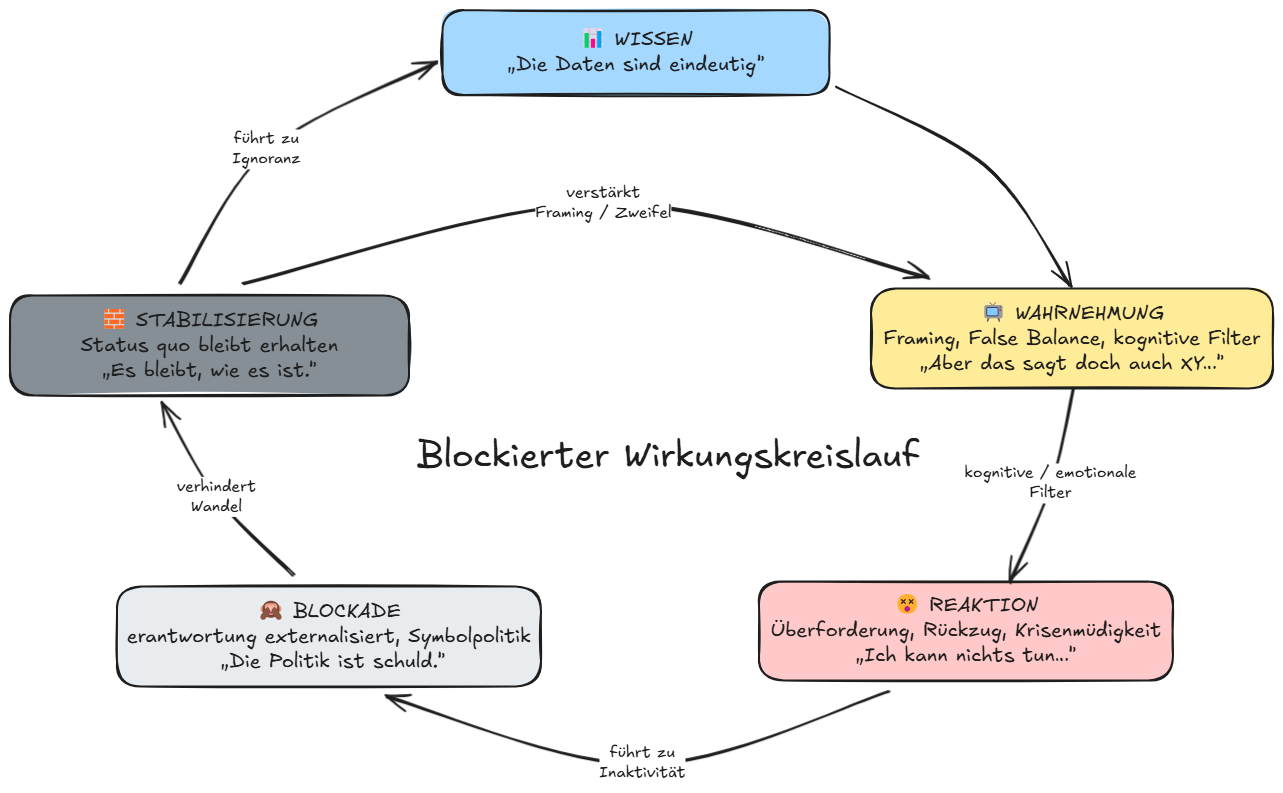
Before: docs/assets/wirkungskreislauf.excalidraw.png, a diagram exported from Excalidraw (bjoernboettle/die-schlinge). Source tidied: one line per element, renumbered; positions are measured from the earlier drawing's top-left corner, leaving out a move shared by most shapes.
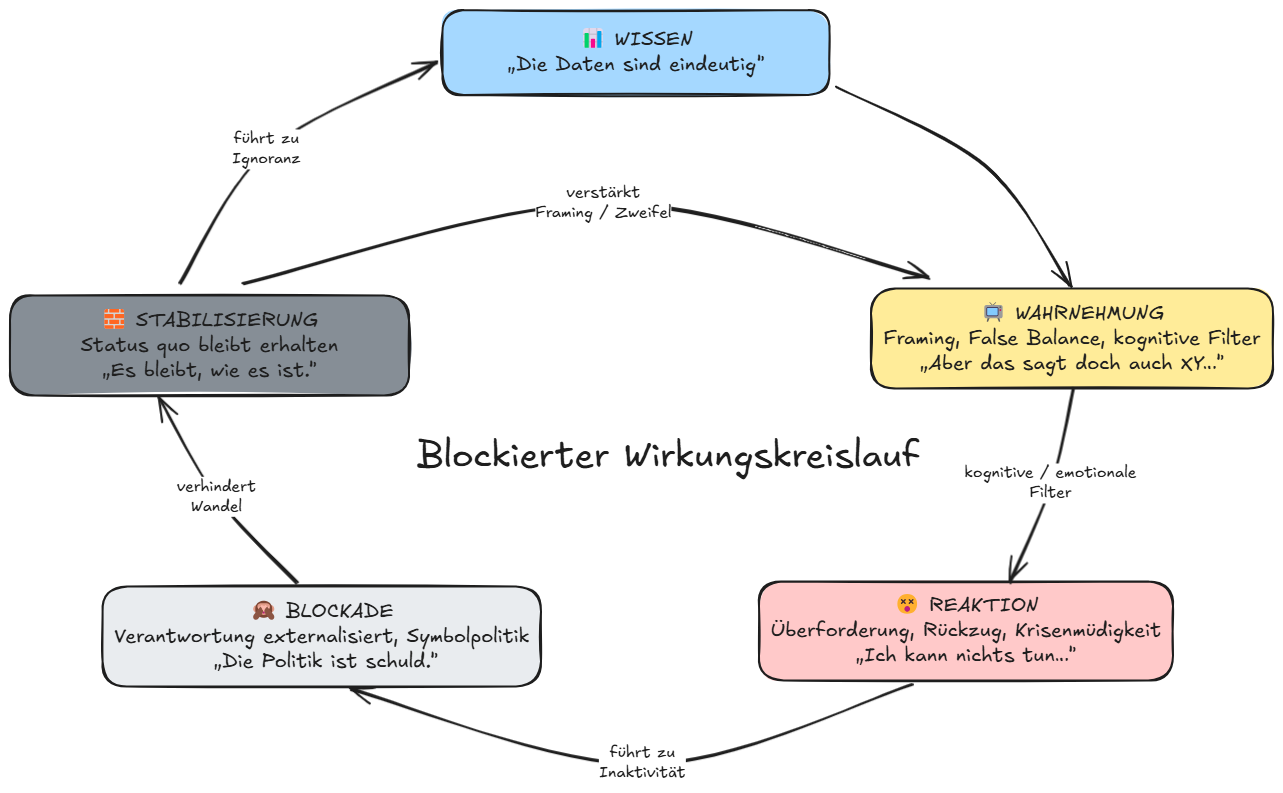
The same file after the commit.

Commit message:
fix: Schreibfehler in Grafik Wirkungskreislauf korrigiert (#12)

The edit, as a diff of the source:
```diff
@@ -4,16 +4,16 @@
 {"id": 3, "type": "text", "text": "📺 WAHRNEHMUNG\nFraming, False Balance, kognitive Filter\n„Aber das sagt doch auch XY…“", "strokeColor": "#1e1e1e", "strokeWidth": 2, "roughness": 1, "fontSize": 20, "fontFamily": 5, "textAlign": "center", "verticalAlign": "middle", "inside": 2, "x": 873, "y": 291, "width": 377, "height": 75}
 {"id": 4, "type": "rectangle", "strokeColor": "#1e1e1e", "backgroundColor": "#ffc9c9", "fillStyle": "solid", "strokeWidth": 2, "roughness": 1, "round": true, "x": 749, "y": 572, "width": 414, "height": 99}
 {"id": 5, "type": "text", "text": "😵 REAKTION\nÜberforderung, Rückzug, Krisenmüdigkeit\n„Ich kann nichts tun…“", "strokeColor": "#1e1e1e", "strokeWidth": 2, "roughness": 1, "fontSize": 20, "fontFamily": 5, "textAlign": "center", "verticalAlign": "middle", "inside": 4, "x": 761, "y": 584, "width": 390, "height": 75}
-{"id": 6, "type": "rectangle", "strokeColor": "#1e1e1e", "backgroundColor": "#e9ecef", "fillStyle": "solid", "strokeWidth": 2, "roughness": 1, "round": true, "x": 107, "y": 576, "width": 424, "height": 100}
+{"id": 6, "type": "rectangle", "strokeColor": "#1e1e1e", "backgroundColor": "#e9ecef", "fillStyle": "solid", "strokeWidth": 2, "roughness": 1, "round": true, "x": 93, "y": 576, "width": 438, "height": 100}
-{"id": 7, "type": "text", "text": "🙈 BLOCKADE\nerantwortung externalisiert, Symbolpolitik\n „Die Politik ist schuld.“", "strokeColor": "#1e1e1e", "strokeWidth": 2, "roughness": 1, "fontSize": 20, "fontFamily": 5, "textAlign": "center", "verticalAlign": "middle", "inside": 6, "x": 117, "y": 589, "width": 404, "height": 75}
+{"id": 7, "type": "text", "text": "🙈 BLOCKADE\nVerantwortung externalisiert, Symbolpolitik\n „Die Politik ist schuld.“", "strokeColor": "#1e1e1e", "strokeWidth": 2, "roughness": 1, "fontSize": 20, "fontFamily": 5, "textAlign": "center", "verticalAlign": "middle", "inside": 6, "x": 104, "y": 589, "width": 415, "height": 75}
 {"id": 8, "type": "rectangle", "strokeColor": "#1e1e1e", "backgroundColor": "#868e96", "fillStyle": "solid", "strokeWidth": 2, "roughness": 1, "round": true, "x": 0, "y": 286, "width": 399, "height": 100}
 {"id": 9, "type": "text", "text": "🧱 STABILISIERUNG\nStatus quo bleibt erhalten\n„Es bleibt, wie es ist.“", "strokeColor": "#1e1e1e", "strokeWidth": 2, "roughness": 1, "fontSize": 20, "fontFamily": 5, "textAlign": "center", "verticalAlign": "middle", "inside": 8, "x": 71, "y": 298, "width": 258, "height": 75}
 {"id": 10, "type": "arrow", "strokeColor": "#1e1e1e", "strokeWidth": 2, "roughness": 1, "endArrowhead": "arrow", "round": true, "from": 0, "to": 2, "x": 826, "y": 77, "width": 234, "height": 200, "points": [[0, 0], [151, 79], [234, 200]]}
 {"id": 11, "type": "arrow", "strokeColor": "#1e1e1e", "strokeWidth": 2, "roughness": 1, "endArrowhead": "arrow", "round": true, "from": 2, "to": 4, "x": 1062, "y": 379, "width": 62, "height": 193, "points": [[0, 0], [-21, 94], [-62, 193]]}
 {"id": 12, "type": "text", "text": "kognitive / emotionale\nFilter", "strokeColor": "#1e1e1e", "backgroundColor": "#868e96", "fillStyle": "solid", "strokeWidth": 2, "roughness": 1, "fontSize": 16, "fontFamily": 5, "textAlign": "center", "verticalAlign": "middle", "inside": 11, "x": 955, "y": 453, "width": 172, "height": 40}
-{"id": 13, "type": "arrow", "strokeColor": "#1e1e1e", "strokeWidth": 2, "roughness": 1, "endArrowhead": "arrow", "round": true, "from": 4, "to": 6, "x": 878, "y": 680, "width": 502, "height": 73, "points": [[0, 0], [-245, 73], [-502, 6]]}
+{"id": 13, "type": "arrow", "strokeColor": "#1e1e1e", "strokeWidth": 2, "roughness": 1, "endArrowhead": "arrow", "round": true, "from": 4, "to": 6, "x": 901, "y": 673, "width": 561, "height": 80, "points": [[0, 0], [-269, 80], [-561, 6]]}
 {"id": 14, "type": "text", "text": "führt zu\nInaktivität", "strokeColor": "#1e1e1e", "backgroundColor": "#868e96", "fillStyle": "solid", "strokeWidth": 2, "roughness": 1, "fontSize": 16, "fontFamily": 5, "textAlign": "center", "verticalAlign": "middle", "inside": 13, "x": 589, "y": 733, "width": 86, "height": 40}
-{"id": 15, "type": "arrow", "strokeColor": "#1e1e1e", "strokeWidth": 2, "roughness": 1, "endArrowhead": "arrow", "round": true, "from": 6, "to": 8, "x": 283, "y": 566, "width": 133, "height": 173, "points": [[0, 0], [-77, -79], [-133, -173]]}
+{"id": 15, "type": "arrow", "strokeColor": "#1e1e1e", "strokeWidth": 2, "roughness": 1, "endArrowhead": "arrow", "round": true, "from": 6, "to": 8, "x": 287, "y": 574, "width": 139, "height": 186, "points": [[0, 0], [-80, -87], [-139, -186]]}
 {"id": 16, "type": "text", "text": "verhindert\nWandel", "strokeColor": "#1e1e1e", "backgroundColor": "#868e96", "fillStyle": "solid", "strokeWidth": 2, "roughness": 1, "fontSize": 16, "fontFamily": 5, "textAlign": "center", "verticalAlign": "middle", "inside": 15, "x": 167, "y": 467, "width": 79, "height": 40}
 {"id": 17, "type": "text", "text": "Blockierter Wirkungskreislauf", "strokeColor": "#1e1e1e", "backgroundColor": "#868e96", "fillStyle": "solid", "strokeWidth": 2, "roughness": 1, "fontSize": 36, "fontFamily": 5, "x": 406, "y": 424, "width": 504, "height": 45}
 {"id": 18, "type": "arrow", "strokeColor": "#1e1e1e", "backgroundColor": "#868e96", "fillStyle": "solid", "strokeWidth": 2, "roughness": 1, "endArrowhead": "arrow", "round": true, "from": 8, "to": 2, "x": 233, "y": 274, "width": 686, "height": 81, "points": [[0, 0], [360, -81], [686, -6]]}
```
